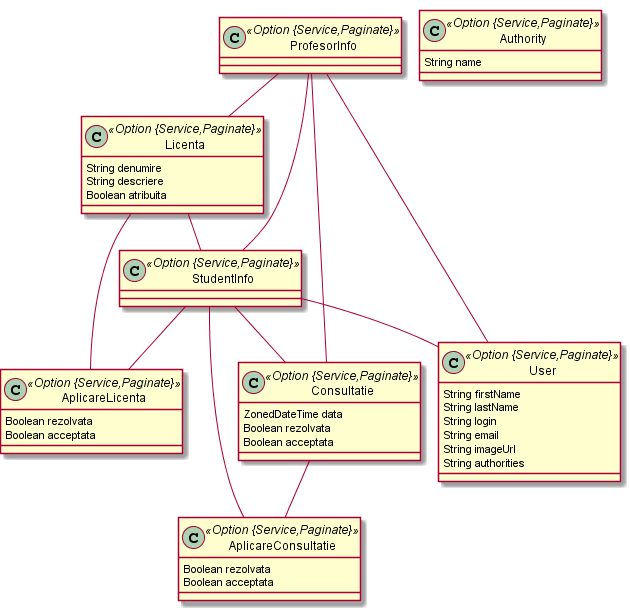
This is jhipsterFinal.png from RO-Grigorie-Vlad/Zoomdle, a PlantUML export, as it was before one commit.
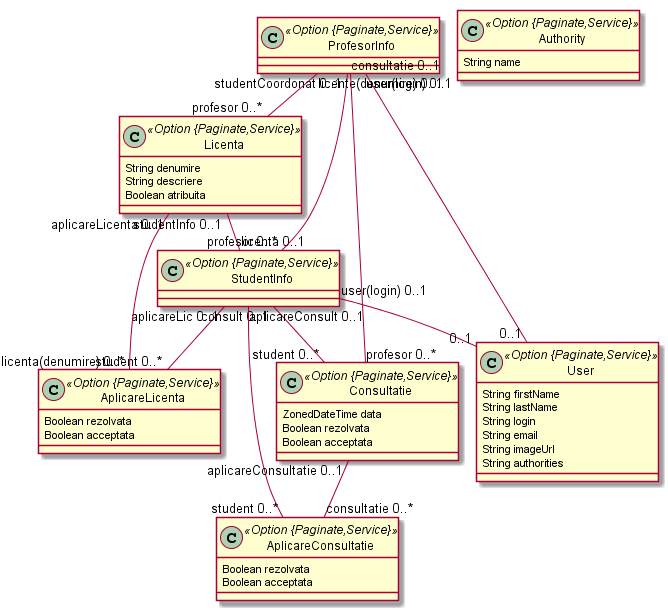
After the change.

Change to the diagram source:
```diff
@@ -1,24 +1,24 @@
 @startuml
 	!pragma graphviz_dot jdot
 	!pragma syntax class
-	class StudentInfo <<Option {Service,Paginate}>> {
+	class StudentInfo <<Option {Paginate,Service}>> {
 	}
-	class ProfesorInfo <<Option {Service,Paginate}>> {
+	class ProfesorInfo <<Option {Paginate,Service}>> {
 	}
-	class Licenta <<Option {Service,Paginate}>> {
+	class Licenta <<Option {Paginate,Service}>> {
 		String denumire
 		String descriere
 		Boolean atribuita
 	}
-	class AplicareLicenta <<Option {Service,Paginate}>> {
+	class AplicareLicenta <<Option {Paginate,Service}>> {
 		Boolean rezolvata
 		Boolean acceptata
 	}
-	class AplicareConsultatie <<Option {Service,Paginate}>> {
+	class AplicareConsultatie <<Option {Paginate,Service}>> {
 		Boolean rezolvata
 		Boolean acceptata
 	}
-	class Consultatie <<Option {Service,Paginate}>> {
+	class Consultatie <<Option {Paginate,Service}>> {
 		ZonedDateTime data
 		Boolean rezolvata
 		Boolean acceptata
@@ -34,10 +34,10 @@
 	StudentInfo  "aplicareConsult 0..1 " --o "student 0..* "  AplicareConsultatie
 	Consultatie  "aplicareConsultatie 0..1 " --o "consultatie 0..* "  AplicareConsultatie
 	ProfesorInfo  "consultatie 0..1 " --o "profesor 0..* "  Consultatie
-	class Authority <<Option {Service,Paginate}>> {
+	class Authority <<Option {Paginate,Service}>> {
 		String name
 	}
-	class User <<Option {Service,Paginate}>> {
+	class User <<Option {Paginate,Service}>> {
 		String firstName
 		String lastName
 		String login
```
